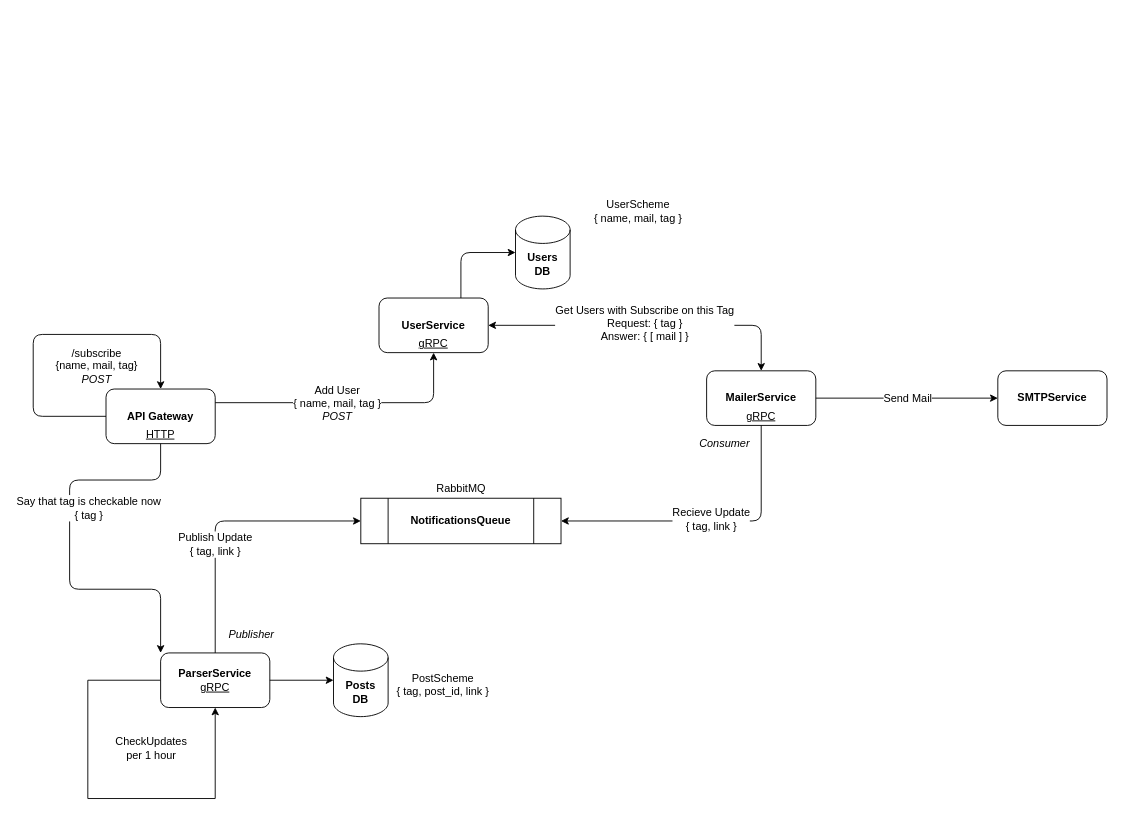
The draw.io diagram news-alert-architecture.drawio in ythosa/habranews, before the edit. Source tidied: cells renumbered, new cells numbered last; positions are measured from the earlier drawing's top-left corner, leaving out a move shared by most shapes. Both pictures are drawn from the tidied source at 91%, with x=0, y=0 at pixel (33, 197).
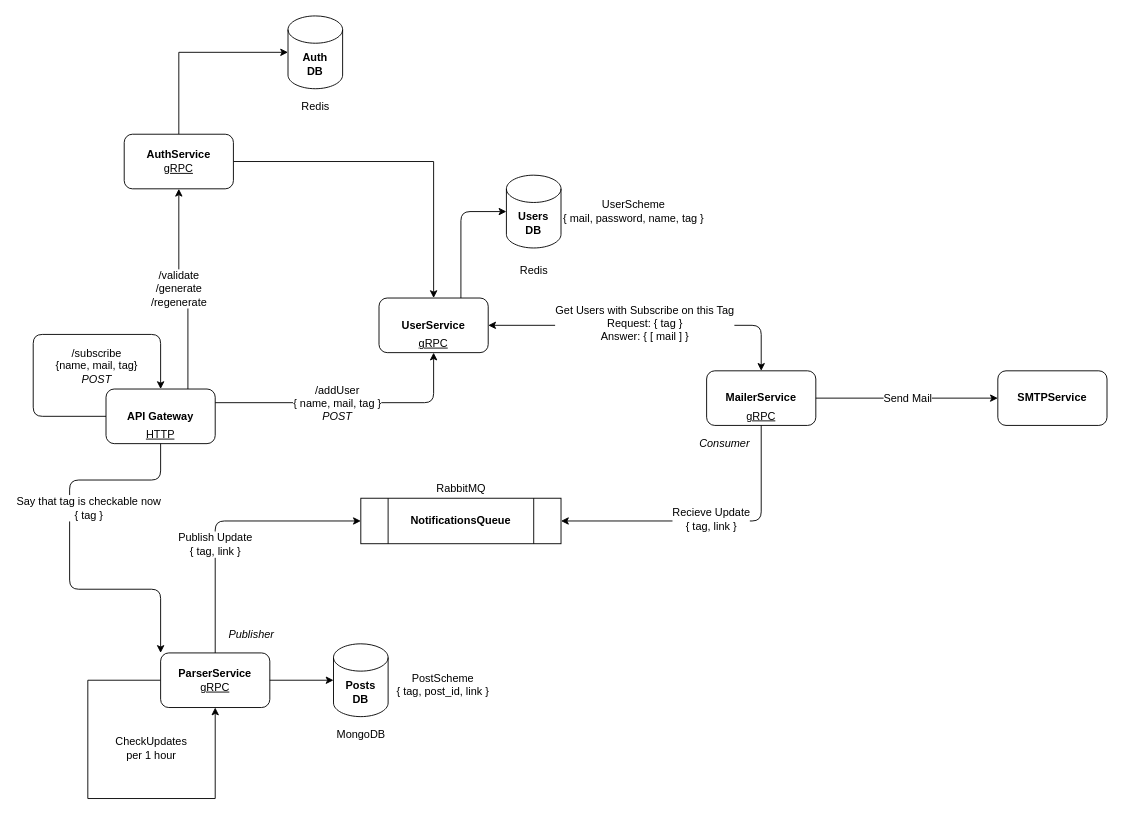
Above is the later version.

The change refers to these unchanged cells:
```xml
<mxCell id="2" value="&lt;b&gt;API Gateway&lt;/b&gt;" style="rounded=1;whiteSpace=wrap;html=1;" parent="1" vertex="1">
  <mxGeometry x="80" y="210" width="120" height="60" as="geometry" />
</mxCell>
<mxCell id="3" value="&lt;b&gt;UserService&lt;/b&gt;" style="rounded=1;whiteSpace=wrap;html=1;" parent="1" vertex="1">
  <mxGeometry x="380" y="110" width="120" height="60" as="geometry" />
</mxCell>
<mxCell id="6" style="endArrow=classic;html=1;exitX=1;exitY=0.25;exitDx=0;exitDy=0;entryX=0.5;entryY=1;entryDx=0;entryDy=0;" parent="1" edge="1" source="2" target="3">
  <mxGeometry relative="1" as="geometry">
    <Array as="points">
      <mxPoint x="440" y="225" />
    </Array>
  </mxGeometry>
</mxCell>
```

What changed in the source:
```diff
@@
+    <mxCell id="36" value="&lt;font style=&quot;font-size: 12px&quot;&gt;/validate&lt;br&gt;/generate&lt;br&gt;/regenerate&lt;br&gt;&lt;/font&gt;" style="edgeStyle=orthogonalEdgeStyle;rounded=0;jettySize=auto;html=1;exitX=0.75;exitY=0;exitDx=0;exitDy=0;entryX=0.5;entryY=1;entryDx=0;entryDy=0;" parent="1" edge="1" source="2" target="39">
+      <mxGeometry x="0.04" relative="1" as="geometry">
+        <Array as="points">
+          <mxPoint x="170" y="100" />
+          <mxPoint x="160" y="100" />
+        </Array>
+      </mxGeometry>
+    </mxCell>
@@
     <mxCell id="4" value="&lt;b&gt;Users&lt;br&gt;DB&lt;/b&gt;" style="shape=cylinder3;whiteSpace=wrap;html=1;boundedLbl=1;backgroundOutline=1;size=15;" parent="1" vertex="1">
-      <mxGeometry x="530" y="20" width="60" height="80" as="geometry" />
+      <mxGeometry x="520" y="-25" width="60" height="80" as="geometry" />
     </mxCell>
     <mxCell id="5" style="endArrow=classic;html=1;exitX=0.75;exitY=0;exitDx=0;exitDy=0;entryX=0;entryY=0.5;entryDx=0;entryDy=0;entryPerimeter=0;" parent="1" edge="1" source="3" target="4">
       <mxGeometry relative="1" as="geometry">
         <Array as="points">
-          <mxPoint x="470" y="60" />
+          <mxPoint x="470" y="15" />
         </Array>
       </mxGeometry>
     </mxCell>
@@
-    <mxCell id="7" value="&lt;font style=&quot;font-size: 12px&quot;&gt;Add User&lt;br&gt;{ name, mail, tag }&lt;br&gt;&lt;i&gt;POST&lt;/i&gt;&lt;br&gt;&lt;/font&gt;" style="edgeLabel;html=1;align=center;verticalAlign=middle;" parent="6" vertex="1">
+    <mxCell id="7" value="&lt;font style=&quot;font-size: 12px&quot;&gt;/addUser&lt;br&gt;{ name, mail, tag }&lt;br&gt;&lt;i&gt;POST&lt;/i&gt;&lt;br&gt;&lt;/font&gt;" style="edgeLabel;html=1;align=center;verticalAlign=middle;" parent="6" vertex="1">
       <mxGeometry x="-0.1" relative="1" as="geometry" />
     </mxCell>
@@
-    <mxCell id="27" value="UserScheme&lt;br&gt;{ name, mail, tag }" style="text;html=1;strokeColor=none;fillColor=none;align=center;verticalAlign=middle;whiteSpace=wrap;rounded=0;" parent="1" vertex="1">
-      <mxGeometry x="580" width="170" height="30" as="geometry" />
+    <mxCell id="27" value="UserScheme&lt;br&gt;{ mail,&amp;nbsp;password, name, tag }" style="text;html=1;strokeColor=none;fillColor=none;align=center;verticalAlign=middle;whiteSpace=wrap;rounded=0;" parent="1" vertex="1">
+      <mxGeometry x="580" width="160" height="30" as="geometry" />
     </mxCell>
@@
+    <mxCell id="37" style="edgeStyle=orthogonalEdgeStyle;rounded=0;jettySize=auto;html=1;exitX=1;exitY=0.5;exitDx=0;exitDy=0;" parent="1" edge="1" source="39" target="3">
+      <mxGeometry relative="1" as="geometry" />
+    </mxCell>
+    <mxCell id="38" style="edgeStyle=orthogonalEdgeStyle;rounded=0;jettySize=auto;html=1;exitX=0.5;exitY=0;exitDx=0;exitDy=0;entryX=0;entryY=0.5;entryDx=0;entryDy=0;entryPerimeter=0;" parent="1" edge="1" source="39" target="40">
+      <mxGeometry relative="1" as="geometry" />
+    </mxCell>
+    <mxCell id="39" value="&lt;b&gt;AuthService&lt;/b&gt;&lt;br&gt;&lt;u&gt;gRPC&lt;/u&gt;" style="rounded=1;whiteSpace=wrap;html=1;" parent="1" vertex="1">
+      <mxGeometry x="100" y="-70" width="120" height="60" as="geometry" />
+    </mxCell>
+    <mxCell id="40" value="&lt;b&gt;Auth&lt;br&gt;DB&lt;/b&gt;" style="shape=cylinder3;whiteSpace=wrap;html=1;boundedLbl=1;backgroundOutline=1;size=15;" parent="1" vertex="1">
+      <mxGeometry x="280" y="-200" width="60" height="80" as="geometry" />
+    </mxCell>
+    <mxCell id="41" value="MongoDB" style="text;html=1;align=center;verticalAlign=middle;" parent="1" vertex="1">
+      <mxGeometry x="325" y="580" width="70" height="20" as="geometry" />
+    </mxCell>
+    <mxCell id="42" value="Redis" style="text;html=1;align=center;verticalAlign=middle;" parent="1" vertex="1">
+      <mxGeometry x="285" y="-110" width="50" height="20" as="geometry" />
+    </mxCell>
+    <mxCell id="43" value="Redis" style="text;html=1;align=center;verticalAlign=middle;" parent="1" vertex="1">
+      <mxGeometry x="525" y="70" width="50" height="20" as="geometry" />
+    </mxCell>
```
